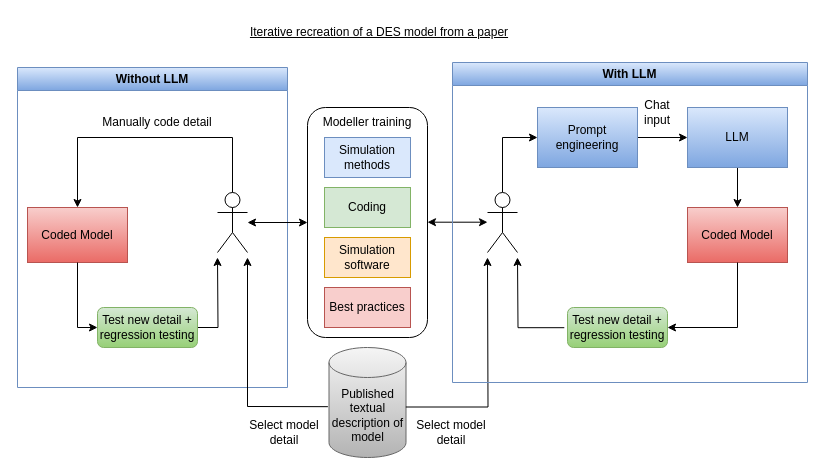
Above: images/iterative_model_recreation.drawio in pythonhealthdatascience/llm_simpy (draw.io), before the change. Source tidied: cells renumbered, new cells numbered last; positions are measured from the earlier drawing's top-left corner, leaving out a move shared by most shapes. Both pictures are drawn from the tidied source at 100%, with x=0, y=0 at pixel (17, 17).
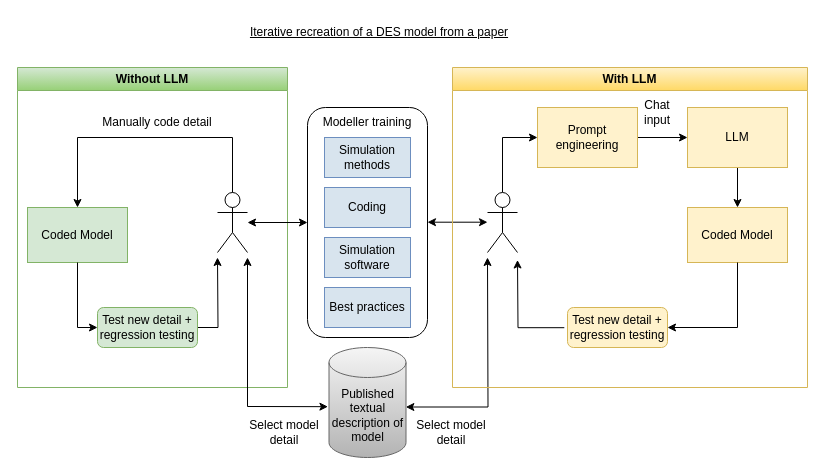
The same page after the edit.

Commit message (it also covers changes not shown here):
feat(images): simplified colour palette for iterative_model_recreation (else people might assume red boxes are related, green boxes are related, and so on)

The change refers to these unchanged cells:
```xml
<mxCell id="12" value="Published textual description of model" style="shape=cylinder3;whiteSpace=wrap;html=1;boundedLbl=1;backgroundOutline=1;size=15;fillColor=#f5f5f5;gradientColor=#b3b3b3;strokeColor=#666666;" parent="1" vertex="1">
  <mxGeometry x="311.5" y="330" width="77" height="110" as="geometry" />
</mxCell>
```

Diff of the diagram source:
```diff
@@
-    <mxCell id="2" value="Without LLM" style="swimlane;whiteSpace=wrap;html=1;fillColor=#dae8fc;gradientColor=#7ea6e0;strokeColor=#6c8ebf;" parent="1" vertex="1">
+    <mxCell id="2" value="Without LLM" style="swimlane;whiteSpace=wrap;html=1;fillColor=#d5e8d4;gradientColor=#97d077;strokeColor=#82b366;" parent="1" vertex="1">
       <mxGeometry y="50" width="270" height="320" as="geometry" />
     </mxCell>
@@
-    <mxCell id="5" value="Simulation methods" style="rounded=0;whiteSpace=wrap;html=1;fillColor=#dae8fc;strokeColor=#6c8ebf;" parent="1" vertex="1">
+    <mxCell id="5" value="Simulation methods" style="rounded=0;whiteSpace=wrap;html=1;fillColor=#D8E4EE;strokeColor=#6C8EBF;" parent="1" vertex="1">
       <mxGeometry x="307" y="120" width="86" height="40" as="geometry" />
     </mxCell>
-    <mxCell id="6" value="Coding" style="rounded=0;whiteSpace=wrap;html=1;fillColor=#d5e8d4;strokeColor=#82b366;" parent="1" vertex="1">
+    <mxCell id="6" value="Coding" style="rounded=0;whiteSpace=wrap;html=1;fillColor=#D8E4EE;strokeColor=#6C8EBF;" parent="1" vertex="1">
       <mxGeometry x="307" y="170" width="86" height="40" as="geometry" />
     </mxCell>
-    <mxCell id="7" value="Best practices" style="rounded=0;whiteSpace=wrap;html=1;fillColor=#f8cecc;strokeColor=#b85450;" parent="1" vertex="1">
+    <mxCell id="7" value="Best practices" style="rounded=0;whiteSpace=wrap;html=1;fillColor=#D8E4EE;strokeColor=#6C8EBF;" parent="1" vertex="1">
       <mxGeometry x="307" y="270" width="86" height="40" as="geometry" />
     </mxCell>
-    <mxCell id="8" value="Simulation software " style="rounded=0;whiteSpace=wrap;html=1;fillColor=#ffe6cc;strokeColor=#d79b00;" parent="1" vertex="1">
+    <mxCell id="8" value="Simulation software " style="rounded=0;whiteSpace=wrap;html=1;fillColor=#D8E4EE;strokeColor=#6C8EBF;" parent="1" vertex="1">
       <mxGeometry x="307" y="220" width="86" height="40" as="geometry" />
     </mxCell>
@@
-    <mxCell id="11" value="Coded Model" style="rounded=0;whiteSpace=wrap;html=1;fillColor=#f8cecc;gradientColor=#ea6b66;strokeColor=#b85450;" parent="1" vertex="1">
+    <mxCell id="11" value="Coded Model" style="rounded=0;whiteSpace=wrap;html=1;fillColor=light-dark(#D5E8D4,var(--ge-dark-color, #121212));strokeColor=light-dark(#82B366,#FFFFFF);" parent="1" vertex="1">
       <mxGeometry x="10" y="190" width="100" height="55" as="geometry" />
     </mxCell>
@@
-    <mxCell id="14" value="Test new detail + regression testing" style="rounded=1;whiteSpace=wrap;html=1;fillColor=#d5e8d4;gradientColor=#97d077;strokeColor=#82b366;" parent="1" vertex="1">
+    <mxCell id="14" value="Test new detail + regression testing" style="rounded=1;whiteSpace=wrap;html=1;fillColor=light-dark(#D5E8D4,var(--ge-dark-color, #121212));strokeColor=light-dark(#82B366,#FFFFFF);" parent="1" vertex="1">
       <mxGeometry x="80" y="290" width="100" height="40" as="geometry" />
     </mxCell>
@@
-    <mxCell id="19" style="endArrow=classic;html=1;rounded=0;exitX=-0.014;exitY=0.538;exitDx=0;exitDy=0;exitPerimeter=0;startArrow=none;startFill=0;" parent="1" edge="1" source="12">
+    <mxCell id="19" style="endArrow=classic;html=1;rounded=0;exitX=-0.014;exitY=0.538;exitDx=0;exitDy=0;exitPerimeter=0;startArrow=classic;startFill=1;" parent="1" edge="1" source="12">
       <mxGeometry relative="1" as="geometry">
         <mxPoint x="230" y="240" as="targetPoint" />
         <Array as="points">
           <mxPoint x="230" y="389" />
         </Array>
       </mxGeometry>
     </mxCell>
@@
-    <mxCell id="21" value="Prompt engineering" style="rounded=0;whiteSpace=wrap;html=1;fillColor=#dae8fc;gradientColor=#7ea6e0;strokeColor=#6c8ebf;" parent="1" vertex="1">
+    <mxCell id="21" value="Prompt engineering" style="rounded=0;whiteSpace=wrap;html=1;fillColor=#fff2cc;strokeColor=#d6b656;" parent="1" vertex="1">
       <mxGeometry x="520" y="90" width="100" height="60" as="geometry" />
     </mxCell>
@@
-    <mxCell id="24" value="Coded Model" style="rounded=0;whiteSpace=wrap;html=1;fillColor=#f8cecc;gradientColor=#ea6b66;strokeColor=#b85450;" parent="1" vertex="1">
+    <mxCell id="24" value="Coded Model" style="rounded=0;whiteSpace=wrap;html=1;fillColor=#fff2cc;strokeColor=#d6b656;" parent="1" vertex="1">
       <mxGeometry x="670" y="190" width="100" height="55" as="geometry" />
     </mxCell>
     <mxCell id="25" style="edgeStyle=orthogonalEdgeStyle;rounded=0;jettySize=auto;html=1;exitX=-0.032;exitY=0.505;exitDx=0;exitDy=0;exitPerimeter=0;" parent="1" edge="1" source="26">
       <mxGeometry relative="1" as="geometry">
-        <mxPoint x="500" y="240" as="targetPoint" />
+        <mxPoint x="500" y="242.5" as="targetPoint" />
       </mxGeometry>
     </mxCell>
-    <mxCell id="26" value="Test new detail + regression testing" style="rounded=1;whiteSpace=wrap;html=1;fillColor=#d5e8d4;gradientColor=#97d077;strokeColor=#82b366;" parent="1" vertex="1">
+    <mxCell id="26" value="Test new detail + regression testing" style="rounded=1;whiteSpace=wrap;html=1;fillColor=#fff2cc;strokeColor=#d6b656;" parent="1" vertex="1">
       <mxGeometry x="550" y="290" width="100" height="40" as="geometry" />
     </mxCell>
@@
-    <mxCell id="28" style="edgeStyle=orthogonalEdgeStyle;rounded=0;jettySize=auto;html=1;exitX=0.998;exitY=0.541;exitDx=0;exitDy=0;exitPerimeter=0;startArrow=none;startFill=0;" parent="1" edge="1" source="12">
+    <mxCell id="28" style="edgeStyle=orthogonalEdgeStyle;rounded=0;jettySize=auto;html=1;exitX=0.998;exitY=0.541;exitDx=0;exitDy=0;exitPerimeter=0;startArrow=classic;startFill=1;" parent="1" edge="1" source="12">
       <mxGeometry relative="1" as="geometry">
         <mxPoint x="470" y="240" as="targetPoint" />
       </mxGeometry>
     </mxCell>
@@
-    <mxCell id="35" value="LLM" style="rounded=0;whiteSpace=wrap;html=1;fillColor=#dae8fc;gradientColor=#7ea6e0;strokeColor=#6c8ebf;" parent="1" vertex="1">
+    <mxCell id="35" value="LLM" style="rounded=0;whiteSpace=wrap;html=1;fillColor=#fff2cc;strokeColor=#d6b656;" parent="1" vertex="1">
       <mxGeometry x="670" y="90" width="100" height="60" as="geometry" />
     </mxCell>
-    <mxCell id="36" value="With LLM" style="swimlane;whiteSpace=wrap;html=1;fillColor=#dae8fc;gradientColor=#7ea6e0;strokeColor=#6c8ebf;" parent="1" vertex="1">
-      <mxGeometry x="435" y="45" width="355" height="320" as="geometry" />
+    <mxCell id="36" value="With LLM" style="swimlane;whiteSpace=wrap;html=1;fillColor=#fff2cc;gradientColor=#ffd966;strokeColor=#d6b656;" parent="1" vertex="1">
+      <mxGeometry x="435" y="50" width="355" height="320" as="geometry" />
     </mxCell>
```
